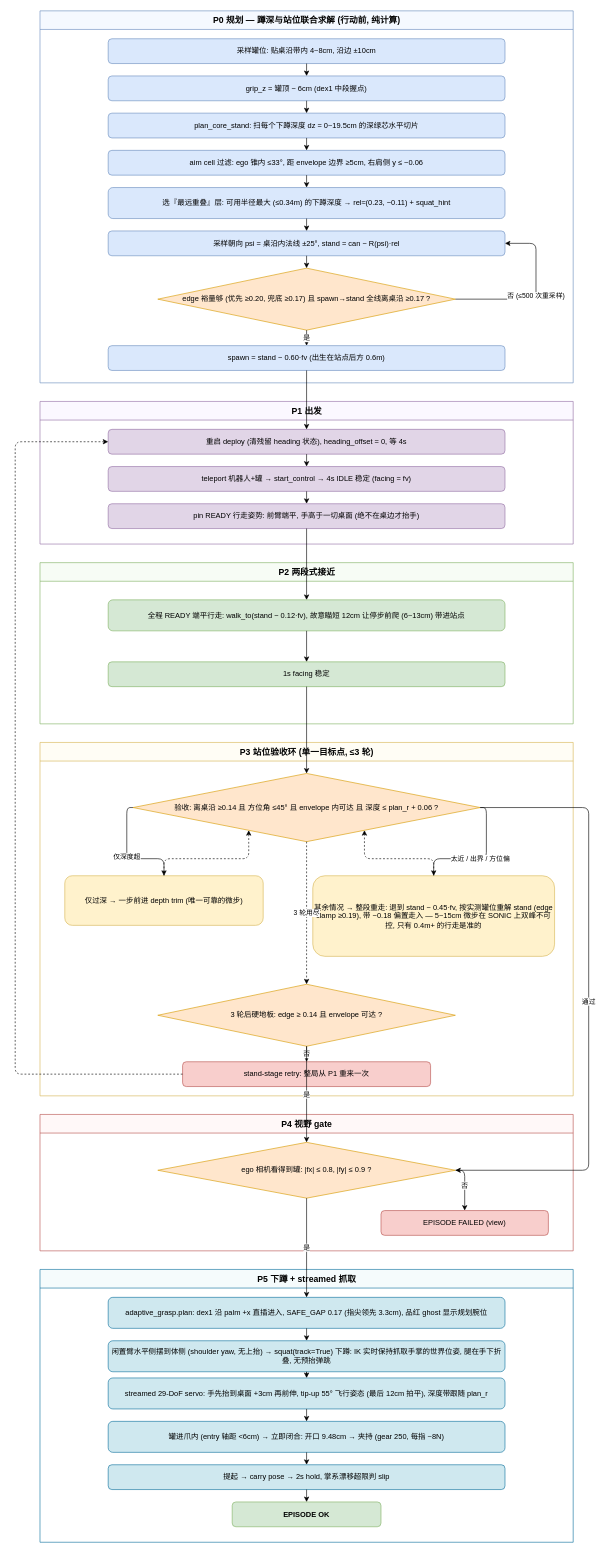
Above: docs/grasp_pipeline.drawio in yijie21/locomanipulation (draw.io), before the change. Source tidied: cells renumbered, new cells numbered last; positions are measured from the earlier drawing's top-left corner, leaving out a move shared by most shapes. Both pictures are drawn from the tidied source at 62%, with x=0, y=0 at pixel (15, 11).
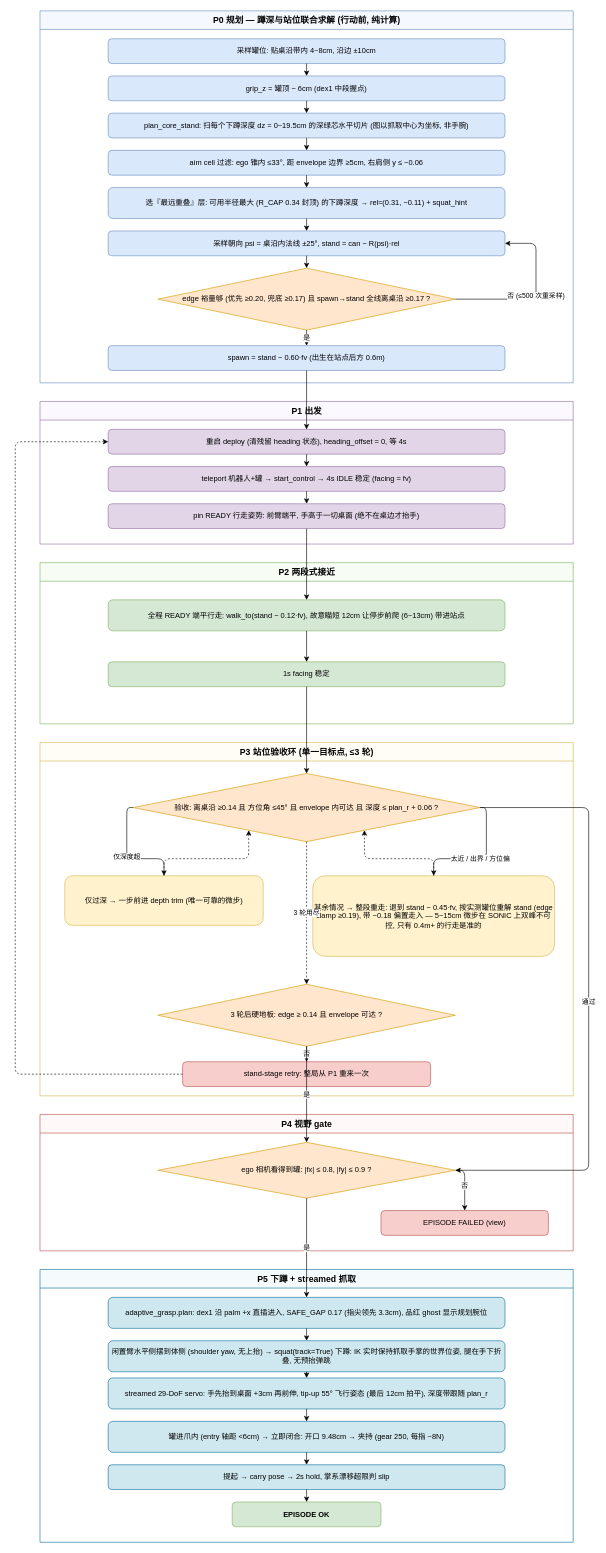
The same page after the edit.

Commit message (it also covers changes not shown here):
reach map: bin the GRASP CENTRE, not the wrist — the map is queried in can space

Unchanged cells that the change refers to:
```xml
<mxCell id="2" value="P0 规划 — 蹲深与站位联合求解 (行动前, 纯计算)" style="swimlane;html=1;startSize=30;fillColor=#f5f9ff;strokeColor=#6c8ebf;fontSize=14;fontStyle=1;" parent="1" vertex="1">
  <mxGeometry x="40" width="860" height="600" as="geometry" />
</mxCell>
```

The edit, as a diff of the source:
```diff
@@
-    <mxCell id="5" value="plan_core_stand: 扫每个下蹲深度 dz = 0~19.5cm 的深绿芯水平切片" style="rounded=1;whiteSpace=wrap;html=1;fillColor=#dae8fc;strokeColor=#6c8ebf;" parent="2" vertex="1">
+    <mxCell id="5" value="plan_core_stand: 扫每个下蹲深度 dz = 0~19.5cm 的深绿芯水平切片 (图以抓取中心为坐标, 非手腕)" style="rounded=1;whiteSpace=wrap;html=1;fillColor=#dae8fc;strokeColor=#6c8ebf;" parent="2" vertex="1">
       <mxGeometry x="110" y="165" width="640" height="40" as="geometry" />
     </mxCell>
@@
-    <mxCell id="7" value="选『最远重叠』层: 可用半径最大 (≤0.34m) 的下蹲深度 → rel≈(0.23, −0.11) + squat_hint" style="rounded=1;whiteSpace=wrap;html=1;fillColor=#dae8fc;strokeColor=#6c8ebf;" parent="2" vertex="1">
+    <mxCell id="7" value="选『最远重叠』层: 可用半径最大 (R_CAP 0.34 封顶) 的下蹲深度 → rel≈(0.31, −0.11) + squat_hint" style="rounded=1;whiteSpace=wrap;html=1;fillColor=#dae8fc;strokeColor=#6c8ebf;" parent="2" vertex="1">
       <mxGeometry x="110" y="285" width="640" height="50" as="geometry" />
     </mxCell>
```
